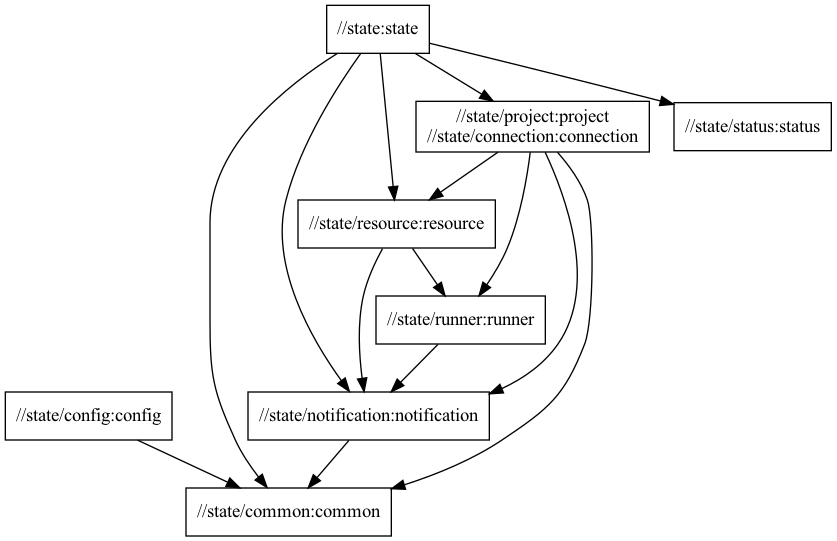
Before: docs/state-package-structure.png, a diagram exported from Graphviz (typedb/typedb-studio). Its source is kept beside it as docs/state-package-structure.dot.
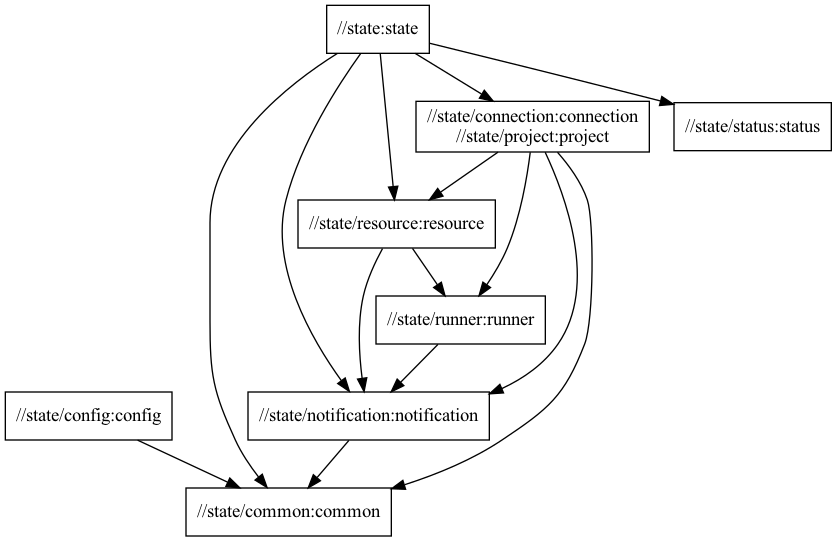
Above is the later version.

Commit message:
Update package dependency docs diagram

Diff of the diagram source:
```diff
@@ -4,16 +4,16 @@
   "//state/config:config" -> "//state/common:common"
   "//state:state"
   "//state:state" -> "//state/common:common"
-  "//state:state" -> "//state/project:project\n//state/connection:connection"
+  "//state:state" -> "//state/connection:connection\n//state/project:project"
   "//state:state" -> "//state/notification:notification"
   "//state:state" -> "//state/resource:resource"
   "//state:state" -> "//state/status:status"
   "//state/status:status"
-  "//state/project:project\n//state/connection:connection"
-  "//state/project:project\n//state/connection:connection" -> "//state/common:common"
-  "//state/project:project\n//state/connection:connection" -> "//state/notification:notification"
-  "//state/project:project\n//state/connection:connection" -> "//state/resource:resource"
-  "//state/project:project\n//state/connection:connection" -> "//state/runner:runner"
+  "//state/connection:connection\n//state/project:project"
+  "//state/connection:connection\n//state/project:project" -> "//state/common:common"
+  "//state/connection:connection\n//state/project:project" -> "//state/notification:notification"
+  "//state/connection:connection\n//state/project:project" -> "//state/resource:resource"
+  "//state/connection:connection\n//state/project:project" -> "//state/runner:runner"
   "//state/resource:resource"
   "//state/resource:resource" -> "//state/notification:notification"
   "//state/resource:resource" -> "//state/runner:runner"
```
